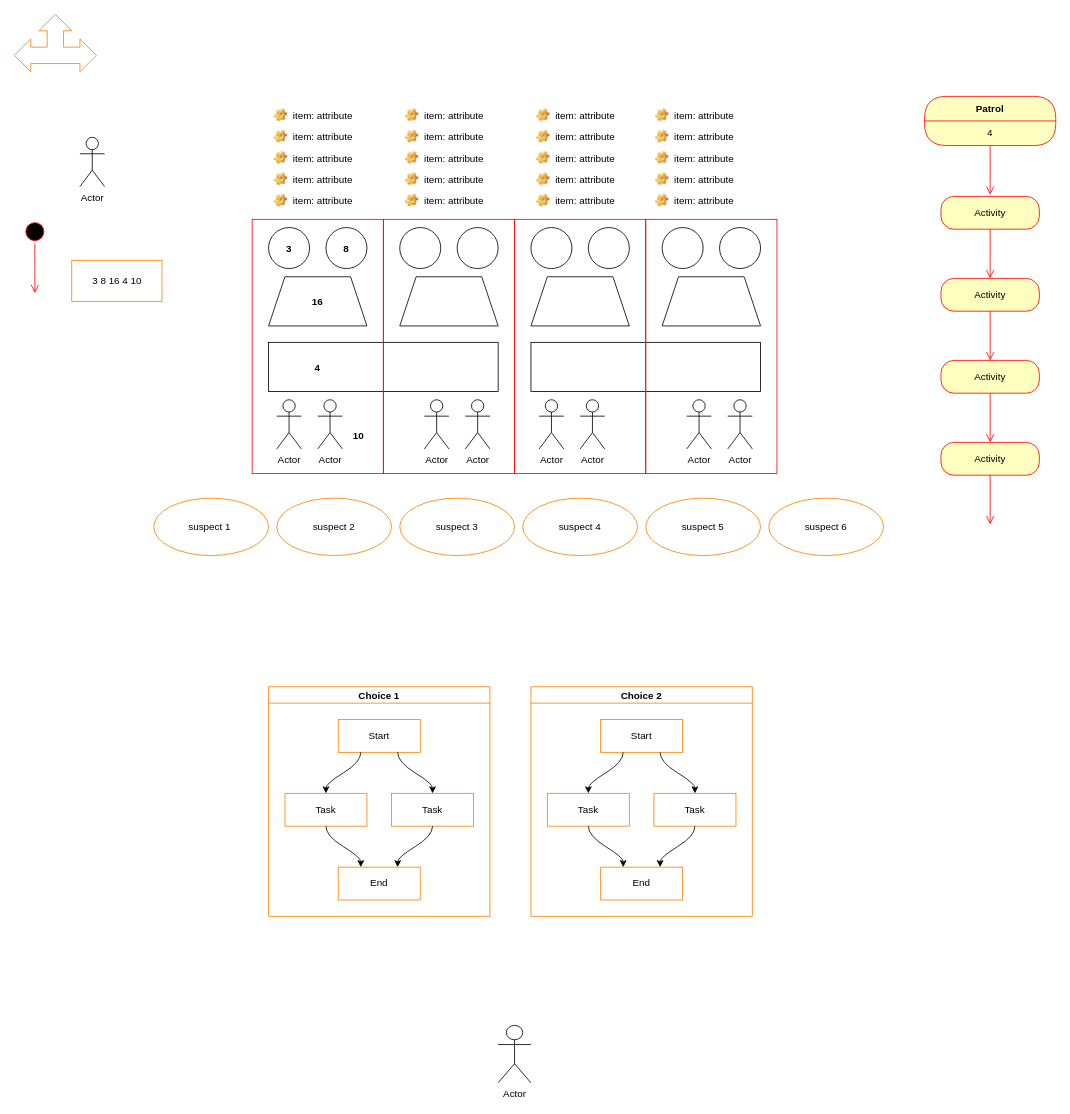
Before: Untitled Diagram.drawio in schuyler-j/projects, a draw.io diagram. Source tidied: cells renumbered, new cells numbered last; positions are measured from the earlier drawing's top-left corner, leaving out a move shared by most shapes. Both pictures are drawn from the tidied source at 82%, with x=0, y=0 at pixel (14, 14).
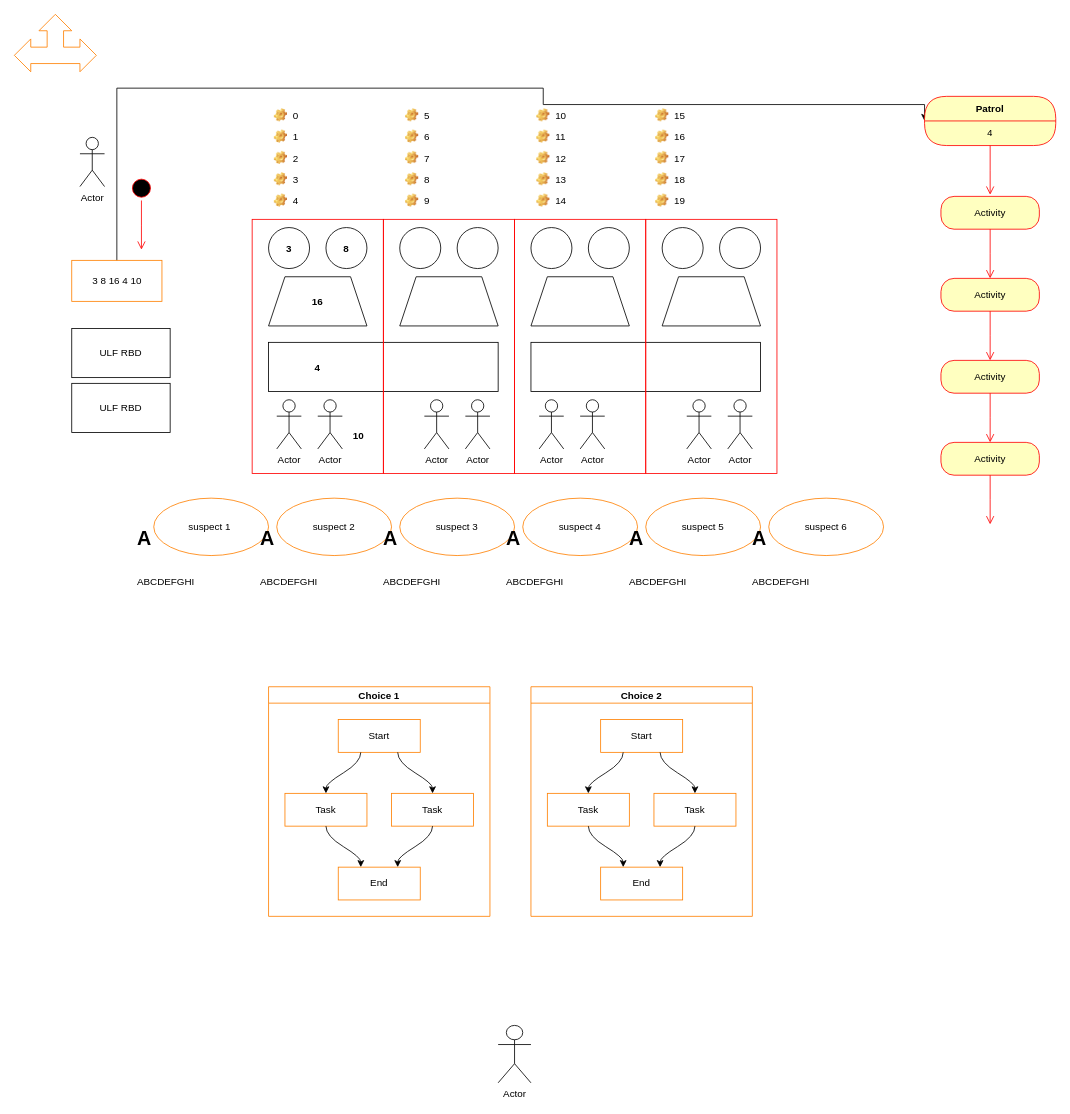
The same page after the edit.

The change refers to these unchanged cells:
```xml
<mxCell id="77" value="3 8 16 4 10" style="html=1;strokeColor=#FF8000;fillColor=none;" parent="1" vertex="1">
  <mxGeometry x="70" y="300" width="110" height="50" as="geometry" />
</mxCell>
<mxCell id="84" value="4" style="text;html=1;strokeColor=none;fillColor=none;align=center;verticalAlign=middle;spacingLeft=4;spacingRight=4;whiteSpace=wrap;overflow=hidden;fontColor=#000000;" parent="83" vertex="1">
  <mxGeometry y="30" width="160" height="30" as="geometry" />
</mxCell>
```

Diff of the diagram source:
```diff
@@
-    <mxCell id="49" value="item: attribute" style="label;fontStyle=0;strokeColor=none;fillColor=none;align=left;verticalAlign=top;overflow=hidden;spacingLeft=28;spacingRight=4;imageWidth=16;imageHeight=16;image=img/clipart/Gear_128x128.png;" parent="1" vertex="1">
+    <mxCell id="49" value="0" style="label;fontStyle=0;strokeColor=none;fillColor=none;align=left;verticalAlign=top;overflow=hidden;spacingLeft=28;spacingRight=4;imageWidth=16;imageHeight=16;image=img/clipart/Gear_128x128.png;" parent="1" vertex="1">
       <mxGeometry x="310" y="110" width="120" height="26" as="geometry" />
     </mxCell>
-    <mxCell id="50" value="item: attribute" style="label;fontStyle=0;strokeColor=none;fillColor=none;align=left;verticalAlign=top;overflow=hidden;spacingLeft=28;spacingRight=4;imageWidth=16;imageHeight=16;image=img/clipart/Gear_128x128.png;" parent="1" vertex="1">
+    <mxCell id="50" value="1" style="label;fontStyle=0;strokeColor=none;fillColor=none;align=left;verticalAlign=top;overflow=hidden;spacingLeft=28;spacingRight=4;imageWidth=16;imageHeight=16;image=img/clipart/Gear_128x128.png;" parent="1" vertex="1">
       <mxGeometry x="310" y="136" width="120" height="26" as="geometry" />
     </mxCell>
-    <mxCell id="51" value="item: attribute" style="label;fontStyle=0;strokeColor=none;fillColor=none;align=left;verticalAlign=top;overflow=hidden;spacingLeft=28;spacingRight=4;imageWidth=16;imageHeight=16;image=img/clipart/Gear_128x128.png;" parent="1" vertex="1">
+    <mxCell id="51" value="2" style="label;fontStyle=0;strokeColor=none;fillColor=none;align=left;verticalAlign=top;overflow=hidden;spacingLeft=28;spacingRight=4;imageWidth=16;imageHeight=16;image=img/clipart/Gear_128x128.png;" parent="1" vertex="1">
       <mxGeometry x="310" y="162" width="120" height="26" as="geometry" />
     </mxCell>
-    <mxCell id="52" value="item: attribute" style="label;fontStyle=0;strokeColor=none;fillColor=none;align=left;verticalAlign=top;overflow=hidden;spacingLeft=28;spacingRight=4;imageWidth=16;imageHeight=16;image=img/clipart/Gear_128x128.png;" parent="1" vertex="1">
+    <mxCell id="52" value="3" style="label;fontStyle=0;strokeColor=none;fillColor=none;align=left;verticalAlign=top;overflow=hidden;spacingLeft=28;spacingRight=4;imageWidth=16;imageHeight=16;image=img/clipart/Gear_128x128.png;" parent="1" vertex="1">
       <mxGeometry x="310" y="188" width="120" height="26" as="geometry" />
     </mxCell>
-    <mxCell id="53" value="item: attribute" style="label;fontStyle=0;strokeColor=none;fillColor=none;align=left;verticalAlign=top;overflow=hidden;spacingLeft=28;spacingRight=4;imageWidth=16;imageHeight=16;image=img/clipart/Gear_128x128.png;" parent="1" vertex="1">
+    <mxCell id="53" value="4" style="label;fontStyle=0;strokeColor=none;fillColor=none;align=left;verticalAlign=top;overflow=hidden;spacingLeft=28;spacingRight=4;imageWidth=16;imageHeight=16;image=img/clipart/Gear_128x128.png;" parent="1" vertex="1">
       <mxGeometry x="310" y="214" width="120" height="26" as="geometry" />
     </mxCell>
-    <mxCell id="54" value="item: attribute" style="label;fontStyle=0;strokeColor=none;fillColor=none;align=left;verticalAlign=top;overflow=hidden;spacingLeft=28;spacingRight=4;imageWidth=16;imageHeight=16;image=img/clipart/Gear_128x128.png;" parent="1" vertex="1">
+    <mxCell id="54" value="5" style="label;fontStyle=0;strokeColor=none;fillColor=none;align=left;verticalAlign=top;overflow=hidden;spacingLeft=28;spacingRight=4;imageWidth=16;imageHeight=16;image=img/clipart/Gear_128x128.png;" parent="1" vertex="1">
       <mxGeometry x="470" y="110" width="120" height="26" as="geometry" />
     </mxCell>
-    <mxCell id="55" value="item: attribute" style="label;fontStyle=0;strokeColor=none;fillColor=none;align=left;verticalAlign=top;overflow=hidden;spacingLeft=28;spacingRight=4;imageWidth=16;imageHeight=16;image=img/clipart/Gear_128x128.png;" parent="1" vertex="1">
+    <mxCell id="55" value="6" style="label;fontStyle=0;strokeColor=none;fillColor=none;align=left;verticalAlign=top;overflow=hidden;spacingLeft=28;spacingRight=4;imageWidth=16;imageHeight=16;image=img/clipart/Gear_128x128.png;" parent="1" vertex="1">
       <mxGeometry x="470" y="136" width="120" height="26" as="geometry" />
     </mxCell>
-    <mxCell id="56" value="item: attribute" style="label;fontStyle=0;strokeColor=none;fillColor=none;align=left;verticalAlign=top;overflow=hidden;spacingLeft=28;spacingRight=4;imageWidth=16;imageHeight=16;image=img/clipart/Gear_128x128.png;" parent="1" vertex="1">
+    <mxCell id="56" value="7" style="label;fontStyle=0;strokeColor=none;fillColor=none;align=left;verticalAlign=top;overflow=hidden;spacingLeft=28;spacingRight=4;imageWidth=16;imageHeight=16;image=img/clipart/Gear_128x128.png;" parent="1" vertex="1">
       <mxGeometry x="470" y="162" width="120" height="26" as="geometry" />
     </mxCell>
-    <mxCell id="57" value="item: attribute" style="label;fontStyle=0;strokeColor=none;fillColor=none;align=left;verticalAlign=top;overflow=hidden;spacingLeft=28;spacingRight=4;imageWidth=16;imageHeight=16;image=img/clipart/Gear_128x128.png;" parent="1" vertex="1">
+    <mxCell id="57" value="8" style="label;fontStyle=0;strokeColor=none;fillColor=none;align=left;verticalAlign=top;overflow=hidden;spacingLeft=28;spacingRight=4;imageWidth=16;imageHeight=16;image=img/clipart/Gear_128x128.png;" parent="1" vertex="1">
       <mxGeometry x="470" y="188" width="120" height="26" as="geometry" />
     </mxCell>
-    <mxCell id="58" value="item: attribute" style="label;fontStyle=0;strokeColor=none;fillColor=none;align=left;verticalAlign=top;overflow=hidden;spacingLeft=28;spacingRight=4;imageWidth=16;imageHeight=16;image=img/clipart/Gear_128x128.png;" parent="1" vertex="1">
+    <mxCell id="58" value="9" style="label;fontStyle=0;strokeColor=none;fillColor=none;align=left;verticalAlign=top;overflow=hidden;spacingLeft=28;spacingRight=4;imageWidth=16;imageHeight=16;image=img/clipart/Gear_128x128.png;" parent="1" vertex="1">
       <mxGeometry x="470" y="214" width="120" height="26" as="geometry" />
     </mxCell>
-    <mxCell id="59" value="item: attribute" style="label;fontStyle=0;strokeColor=none;fillColor=none;align=left;verticalAlign=top;overflow=hidden;spacingLeft=28;spacingRight=4;imageWidth=16;imageHeight=16;image=img/clipart/Gear_128x128.png;" parent="1" vertex="1">
+    <mxCell id="59" value="10" style="label;fontStyle=0;strokeColor=none;fillColor=none;align=left;verticalAlign=top;overflow=hidden;spacingLeft=28;spacingRight=4;imageWidth=16;imageHeight=16;image=img/clipart/Gear_128x128.png;" parent="1" vertex="1">
       <mxGeometry x="630" y="110" width="120" height="26" as="geometry" />
     </mxCell>
-    <mxCell id="60" value="item: attribute" style="label;fontStyle=0;strokeColor=none;fillColor=none;align=left;verticalAlign=top;overflow=hidden;spacingLeft=28;spacingRight=4;imageWidth=16;imageHeight=16;image=img/clipart/Gear_128x128.png;" parent="1" vertex="1">
+    <mxCell id="60" value="11" style="label;fontStyle=0;strokeColor=none;fillColor=none;align=left;verticalAlign=top;overflow=hidden;spacingLeft=28;spacingRight=4;imageWidth=16;imageHeight=16;image=img/clipart/Gear_128x128.png;" parent="1" vertex="1">
       <mxGeometry x="630" y="136" width="120" height="26" as="geometry" />
     </mxCell>
-    <mxCell id="61" value="item: attribute" style="label;fontStyle=0;strokeColor=none;fillColor=none;align=left;verticalAlign=top;overflow=hidden;spacingLeft=28;spacingRight=4;imageWidth=16;imageHeight=16;image=img/clipart/Gear_128x128.png;" parent="1" vertex="1">
+    <mxCell id="61" value="12" style="label;fontStyle=0;strokeColor=none;fillColor=none;align=left;verticalAlign=top;overflow=hidden;spacingLeft=28;spacingRight=4;imageWidth=16;imageHeight=16;image=img/clipart/Gear_128x128.png;" parent="1" vertex="1">
       <mxGeometry x="630" y="162" width="120" height="26" as="geometry" />
     </mxCell>
-    <mxCell id="62" value="item: attribute" style="label;fontStyle=0;strokeColor=none;fillColor=none;align=left;verticalAlign=top;overflow=hidden;spacingLeft=28;spacingRight=4;imageWidth=16;imageHeight=16;image=img/clipart/Gear_128x128.png;" parent="1" vertex="1">
+    <mxCell id="62" value="13" style="label;fontStyle=0;strokeColor=none;fillColor=none;align=left;verticalAlign=top;overflow=hidden;spacingLeft=28;spacingRight=4;imageWidth=16;imageHeight=16;image=img/clipart/Gear_128x128.png;" parent="1" vertex="1">
       <mxGeometry x="630" y="188" width="120" height="26" as="geometry" />
     </mxCell>
-    <mxCell id="63" value="item: attribute" style="label;fontStyle=0;strokeColor=none;fillColor=none;align=left;verticalAlign=top;overflow=hidden;spacingLeft=28;spacingRight=4;imageWidth=16;imageHeight=16;image=img/clipart/Gear_128x128.png;" parent="1" vertex="1">
+    <mxCell id="63" value="14" style="label;fontStyle=0;strokeColor=none;fillColor=none;align=left;verticalAlign=top;overflow=hidden;spacingLeft=28;spacingRight=4;imageWidth=16;imageHeight=16;image=img/clipart/Gear_128x128.png;" parent="1" vertex="1">
       <mxGeometry x="630" y="214" width="120" height="26" as="geometry" />
     </mxCell>
-    <mxCell id="64" value="item: attribute" style="label;fontStyle=0;strokeColor=none;fillColor=none;align=left;verticalAlign=top;overflow=hidden;spacingLeft=28;spacingRight=4;imageWidth=16;imageHeight=16;image=img/clipart/Gear_128x128.png;" parent="1" vertex="1">
+    <mxCell id="64" value="15" style="label;fontStyle=0;strokeColor=none;fillColor=none;align=left;verticalAlign=top;overflow=hidden;spacingLeft=28;spacingRight=4;imageWidth=16;imageHeight=16;image=img/clipart/Gear_128x128.png;" parent="1" vertex="1">
       <mxGeometry x="775" y="110" width="120" height="26" as="geometry" />
     </mxCell>
-    <mxCell id="65" value="item: attribute" style="label;fontStyle=0;strokeColor=none;fillColor=none;align=left;verticalAlign=top;overflow=hidden;spacingLeft=28;spacingRight=4;imageWidth=16;imageHeight=16;image=img/clipart/Gear_128x128.png;" parent="1" vertex="1">
+    <mxCell id="65" value="16" style="label;fontStyle=0;strokeColor=none;fillColor=none;align=left;verticalAlign=top;overflow=hidden;spacingLeft=28;spacingRight=4;imageWidth=16;imageHeight=16;image=img/clipart/Gear_128x128.png;" parent="1" vertex="1">
       <mxGeometry x="775" y="136" width="120" height="26" as="geometry" />
     </mxCell>
-    <mxCell id="66" value="item: attribute" style="label;fontStyle=0;strokeColor=none;fillColor=none;align=left;verticalAlign=top;overflow=hidden;spacingLeft=28;spacingRight=4;imageWidth=16;imageHeight=16;image=img/clipart/Gear_128x128.png;" parent="1" vertex="1">
+    <mxCell id="66" value="17" style="label;fontStyle=0;strokeColor=none;fillColor=none;align=left;verticalAlign=top;overflow=hidden;spacingLeft=28;spacingRight=4;imageWidth=16;imageHeight=16;image=img/clipart/Gear_128x128.png;" parent="1" vertex="1">
       <mxGeometry x="775" y="162" width="120" height="26" as="geometry" />
     </mxCell>
-    <mxCell id="67" value="item: attribute" style="label;fontStyle=0;strokeColor=none;fillColor=none;align=left;verticalAlign=top;overflow=hidden;spacingLeft=28;spacingRight=4;imageWidth=16;imageHeight=16;image=img/clipart/Gear_128x128.png;" parent="1" vertex="1">
+    <mxCell id="67" value="18" style="label;fontStyle=0;strokeColor=none;fillColor=none;align=left;verticalAlign=top;overflow=hidden;spacingLeft=28;spacingRight=4;imageWidth=16;imageHeight=16;image=img/clipart/Gear_128x128.png;" parent="1" vertex="1">
       <mxGeometry x="775" y="188" width="120" height="26" as="geometry" />
     </mxCell>
-    <mxCell id="68" value="item: attribute" style="label;fontStyle=0;strokeColor=none;fillColor=none;align=left;verticalAlign=top;overflow=hidden;spacingLeft=28;spacingRight=4;imageWidth=16;imageHeight=16;image=img/clipart/Gear_128x128.png;" parent="1" vertex="1">
+    <mxCell id="68" value="19" style="label;fontStyle=0;strokeColor=none;fillColor=none;align=left;verticalAlign=top;overflow=hidden;spacingLeft=28;spacingRight=4;imageWidth=16;imageHeight=16;image=img/clipart/Gear_128x128.png;" parent="1" vertex="1">
       <mxGeometry x="775" y="214" width="120" height="26" as="geometry" />
     </mxCell>
     <mxCell id="69" style="ellipse;html=1;shape=startState;fillColor=#000000;strokeColor=#ff0000;" parent="1" vertex="1">
-      <mxGeometry x="10" y="250" width="30" height="30" as="geometry" />
+      <mxGeometry x="140" y="197" width="30" height="30" as="geometry" />
     </mxCell>
     <mxCell id="70" style="edgeStyle=orthogonalEdgeStyle;html=1;verticalAlign=bottom;endArrow=open;endSize=8;strokeColor=#ff0000;rounded=0;" parent="1" edge="1" source="69">
       <mxGeometry relative="1" as="geometry">
-        <mxPoint x="25" y="340" as="targetPoint" />
+        <mxPoint x="155" y="287" as="targetPoint" />
       </mxGeometry>
     </mxCell>
@@
+    <mxCell id="94" style="edgeStyle=orthogonalEdgeStyle;rounded=0;jettySize=auto;html=1;entryX=0;entryY=0;entryDx=0;entryDy=0;" parent="1" edge="1" source="77" target="84">
+      <mxGeometry relative="1" as="geometry">
+        <Array as="points">
+          <mxPoint x="125" y="90" />
+          <mxPoint x="645" y="90" />
+          <mxPoint x="645" y="110" />
+          <mxPoint x="1110" y="110" />
+        </Array>
+      </mxGeometry>
+    </mxCell>
@@
+    <mxCell id="95" value="ULF RBD" style="rounded=0;whiteSpace=wrap;html=1;" parent="1" vertex="1">
+      <mxGeometry x="70" y="383" width="120" height="60" as="geometry" />
+    </mxCell>
+    <mxCell id="96" value="ULF RBD" style="rounded=0;whiteSpace=wrap;html=1;" parent="1" vertex="1">
+      <mxGeometry x="70" y="450" width="120" height="60" as="geometry" />
+    </mxCell>
+    <mxCell id="97" value="&lt;h1&gt;A&lt;/h1&gt;&lt;div&gt;&lt;br&gt;&lt;/div&gt;&lt;div&gt;ABCDEFGHI&lt;/div&gt;" style="text;html=1;strokeColor=none;fillColor=none;spacing=5;spacingTop=-20;whiteSpace=wrap;overflow=hidden;rounded=0;" parent="1" vertex="1">
+      <mxGeometry x="145" y="620" width="190" height="120" as="geometry" />
+    </mxCell>
+    <mxCell id="98" value="&lt;h1&gt;A&lt;/h1&gt;&lt;div&gt;&lt;br&gt;&lt;/div&gt;&lt;div&gt;ABCDEFGHI&lt;/div&gt;" style="text;html=1;strokeColor=none;fillColor=none;spacing=5;spacingTop=-20;whiteSpace=wrap;overflow=hidden;rounded=0;" parent="1" vertex="1">
+      <mxGeometry x="295" y="620" width="190" height="120" as="geometry" />
+    </mxCell>
+    <mxCell id="99" value="&lt;h1&gt;A&lt;/h1&gt;&lt;div&gt;&lt;br&gt;&lt;/div&gt;&lt;div&gt;ABCDEFGHI&lt;/div&gt;" style="text;html=1;strokeColor=none;fillColor=none;spacing=5;spacingTop=-20;whiteSpace=wrap;overflow=hidden;rounded=0;" parent="1" vertex="1">
+      <mxGeometry x="445" y="620" width="190" height="120" as="geometry" />
+    </mxCell>
+    <mxCell id="100" value="&lt;h1&gt;A&lt;/h1&gt;&lt;div&gt;&lt;br&gt;&lt;/div&gt;&lt;div&gt;ABCDEFGHI&lt;/div&gt;" style="text;html=1;strokeColor=none;fillColor=none;spacing=5;spacingTop=-20;whiteSpace=wrap;overflow=hidden;rounded=0;" parent="1" vertex="1">
+      <mxGeometry x="595" y="620" width="190" height="120" as="geometry" />
+    </mxCell>
+    <mxCell id="101" value="&lt;h1&gt;A&lt;/h1&gt;&lt;div&gt;&lt;br&gt;&lt;/div&gt;&lt;div&gt;ABCDEFGHI&lt;/div&gt;" style="text;html=1;strokeColor=none;fillColor=none;spacing=5;spacingTop=-20;whiteSpace=wrap;overflow=hidden;rounded=0;" parent="1" vertex="1">
+      <mxGeometry x="745" y="620" width="190" height="120" as="geometry" />
+    </mxCell>
+    <mxCell id="102" value="&lt;h1&gt;A&lt;/h1&gt;&lt;div&gt;&lt;br&gt;&lt;/div&gt;&lt;div&gt;ABCDEFGHI&lt;/div&gt;" style="text;html=1;strokeColor=none;fillColor=none;spacing=5;spacingTop=-20;whiteSpace=wrap;overflow=hidden;rounded=0;" parent="1" vertex="1">
+      <mxGeometry x="895" y="620" width="190" height="120" as="geometry" />
+    </mxCell>
```
